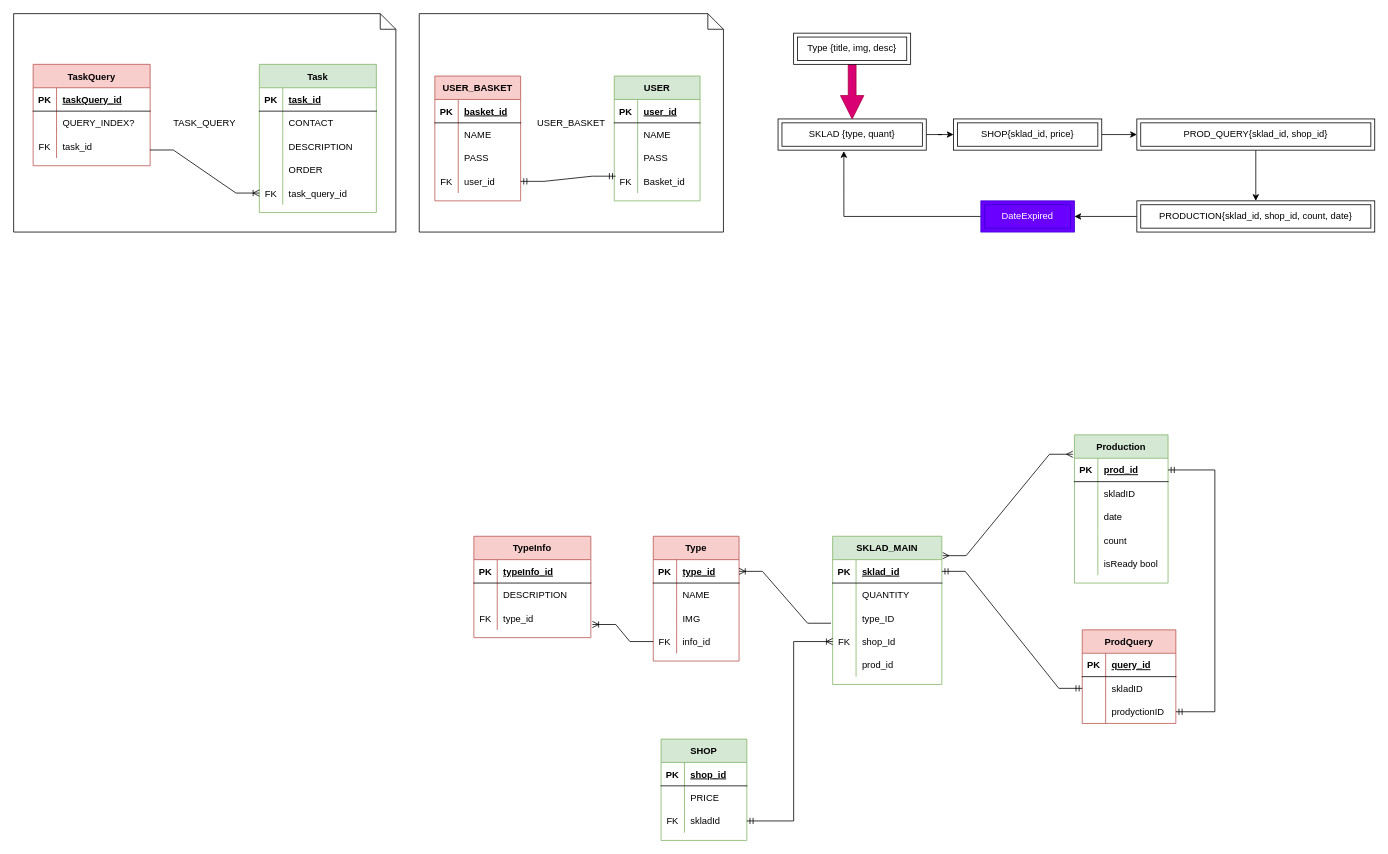
This is server/models/ProductionTree.drawio from akuma-code/AppReact, a draw.io file, before an edit. Source tidied: cells renumbered, new cells numbered last; positions are measured from the earlier drawing's top-left corner, leaving out a move shared by most shapes. Both pictures are drawn from the tidied source at 78%, with x=0, y=0 at pixel (13, 13).
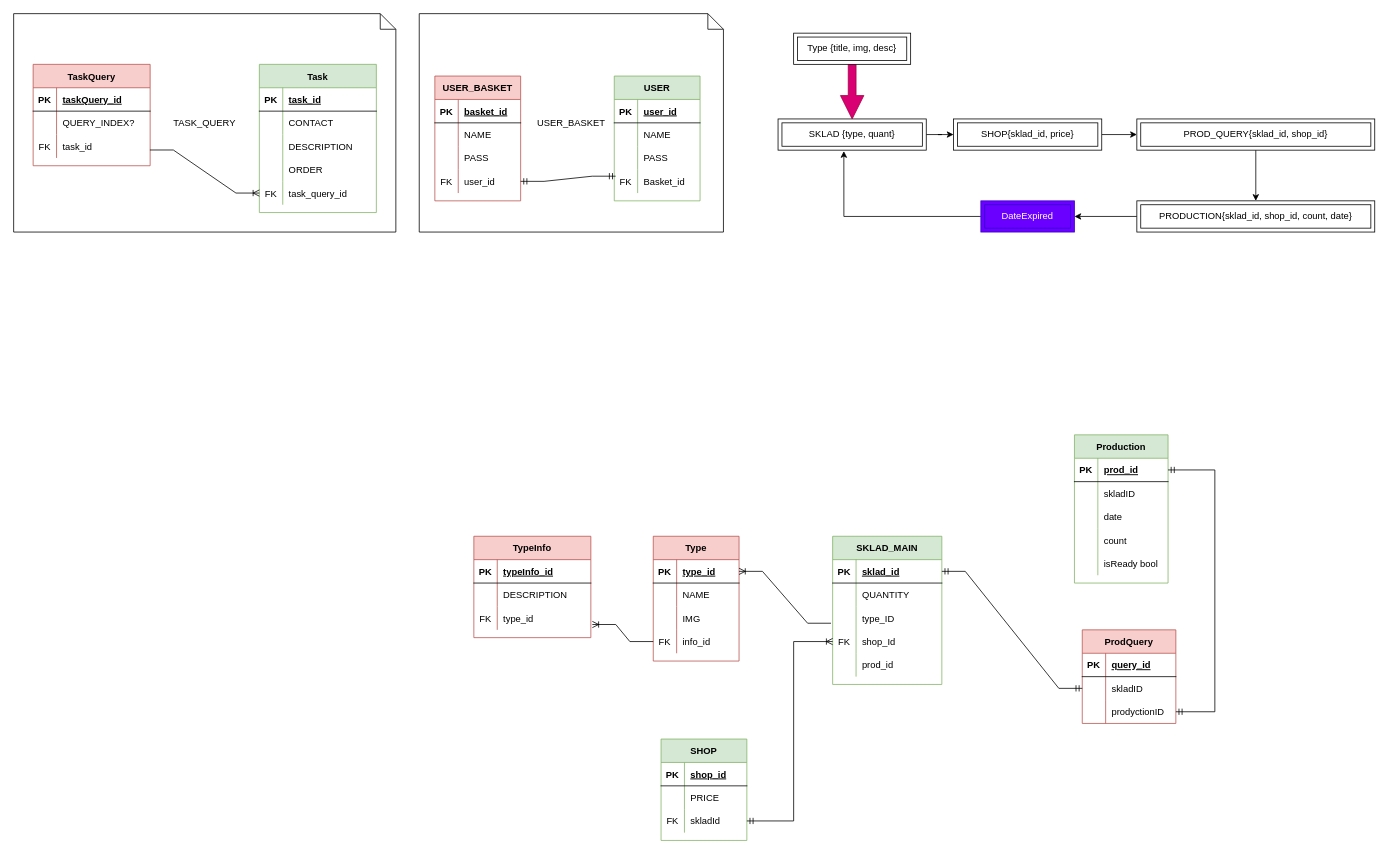
The same page after the edit.

The change refers to these unchanged cells:
```xml
<mxCell id="4" value="SKLAD_MAIN" style="shape=table;startSize=30;childLayout=tableLayout;rowLines=0;fontStyle=1;align=center;fillColor=#d5e8d4;strokeColor=#82b366;" parent="1" vertex="1">
  <mxGeometry x="1050" y="670" width="140" height="190" as="geometry" />
</mxCell>
<mxCell id="20" value="Production" style="shape=table;startSize=30;childLayout=tableLayout;rowLines=0;fontStyle=1;align=center;fillColor=#d5e8d4;strokeColor=#82b366;" parent="1" vertex="1">
  <mxGeometry x="1360" y="540" width="120" height="190" as="geometry" />
</mxCell>
```

Diff of the diagram source:
```diff
@@
-    <mxCell id="46" style="edgeStyle=entityRelationEdgeStyle;fontSize=12;html=1;endArrow=ERmany;startArrow=ERmany;rounded=0;exitX=1.008;exitY=0.131;exitDx=0;exitDy=0;exitPerimeter=0;entryX=-0.017;entryY=0.131;entryDx=0;entryDy=0;entryPerimeter=0;" parent="1" edge="1" source="4" target="20">
-      <mxGeometry relative="1" as="geometry" />
-    </mxCell>
```
